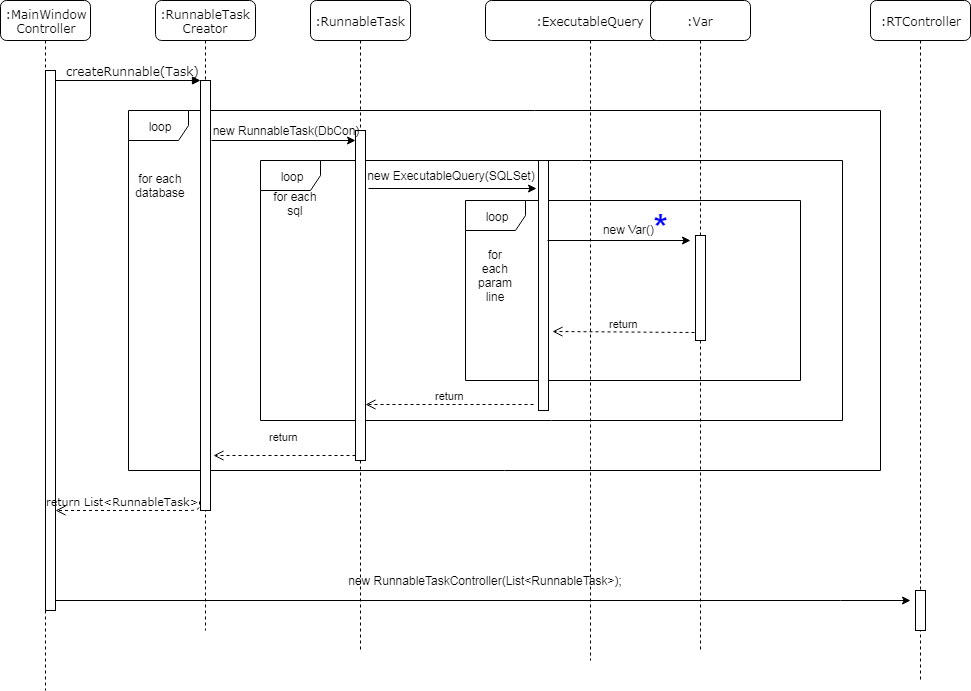
Above: docs/Figures/rtprocess.png in LukasHanusek/db-stress-test (draw.io), before the change. Source tidied: cells renumbered, new cells last; positions are measured from the earlier drawing's top-left corner, leaving out a move shared by most shapes.
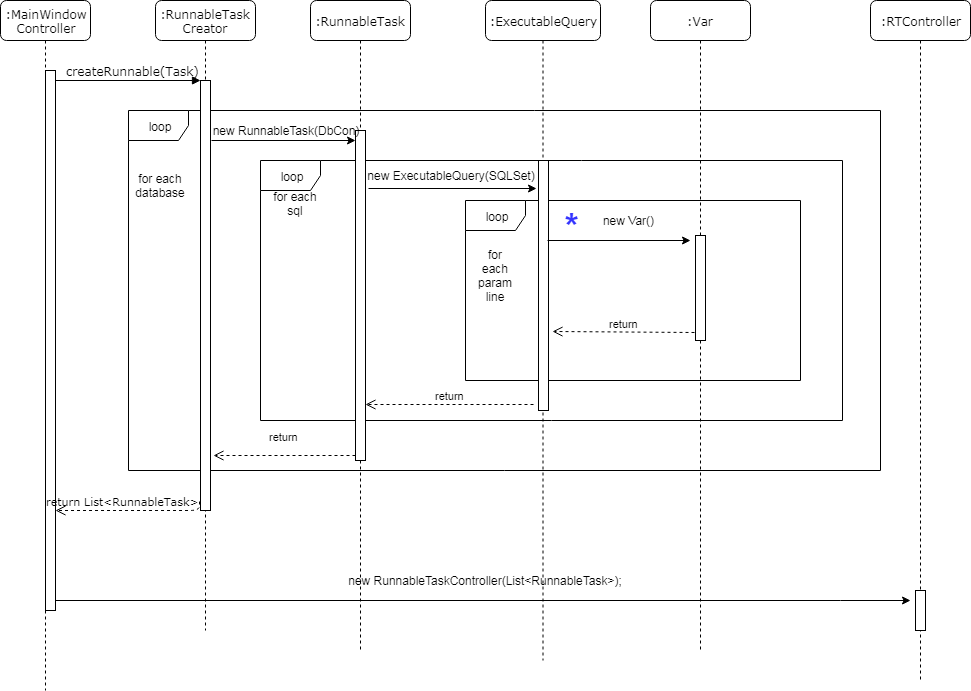
After the change.

The edit, as a diff of the source:
```diff
@@ -24,7 +24,7 @@
       <mxGeometry x="45" y="130" width="10" height="330" as="geometry" />
     </mxCell>
     <mxCell id="9" value=":ExecutableQuery" style="shape=umlLifeline;perimeter=lifelinePerimeter;whiteSpace=wrap;html=1;rounded=1;shadow=0;comic=0;labelBackgroundColor=none;strokeColor=#000000;strokeWidth=1;fillColor=#FFFFFF;fontFamily=Verdana;fontSize=12;fontColor=#000000;align=center;" parent="1" vertex="1">
-      <mxGeometry x="485" width="210" height="660" as="geometry" />
+      <mxGeometry x="485" width="115" height="660" as="geometry" />
     </mxCell>
     <mxCell id="10" value="loop" style="shape=umlFrame;whiteSpace=wrap;html=1;" parent="9" vertex="1">
       <mxGeometry x="-20" y="200" width="335" height="180" as="geometry" />
@@ -36,10 +36,10 @@
       <mxGeometry x="-10" y="265" width="40" height="20" as="geometry" />
     </mxCell>
     <mxCell id="13" value="new Var()" style="text;html=1;strokeColor=none;fillColor=none;align=center;verticalAlign=middle;whiteSpace=wrap;rounded=0;" parent="9" vertex="1">
-      <mxGeometry x="95" y="219" width="95" height="20" as="geometry" />
+      <mxGeometry x="95" y="210" width="95" height="20" as="geometry" />
     </mxCell>
-    <mxCell id="14" value="&lt;font style=&quot;font-size: 36px&quot; color=&quot;#0000ff&quot;&gt;*&lt;/font&gt;" style="text;html=1;strokeColor=none;fillColor=none;align=center;verticalAlign=middle;whiteSpace=wrap;rounded=0;fontStyle=1;" parent="9" vertex="1">
-      <mxGeometry x="155" y="216" width="40" height="20" as="geometry" />
+    <mxCell id="14" value="&lt;b&gt;&lt;font style=&quot;font-size: 36px&quot; color=&quot;#3333ff&quot;&gt;*&lt;/font&gt;&lt;/b&gt;" style="text;html=1;strokeColor=none;fillColor=none;align=center;verticalAlign=middle;whiteSpace=wrap;rounded=0;" parent="9" vertex="1">
+      <mxGeometry x="66" y="215" width="40" height="20" as="geometry" />
     </mxCell>
     <mxCell id="15" value=":MainWindow&lt;br&gt;Controller" style="shape=umlLifeline;perimeter=lifelinePerimeter;whiteSpace=wrap;html=1;rounded=1;shadow=0;comic=0;labelBackgroundColor=none;strokeColor=#000000;strokeWidth=1;fillColor=#FFFFFF;fontFamily=Verdana;fontSize=12;fontColor=#000000;align=center;" parent="1" vertex="1">
       <mxGeometry width="90" height="690" as="geometry" />
```
